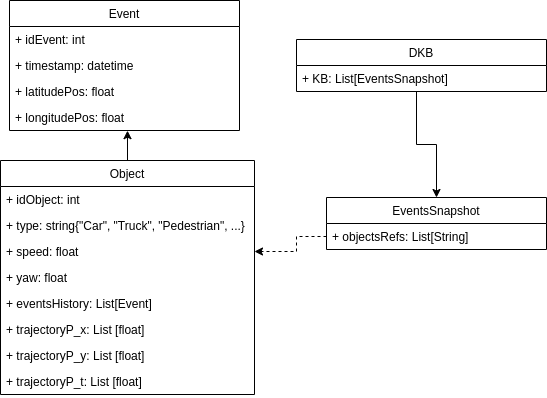
class-euproject/dataclay-class keeps this draw.io diagram as imgs/class_DC_model_MS3.png. Above is the earlier version. Source tidied: cells renumbered, new cells last; positions are measured from the earlier drawing's top-left corner, leaving out a move shared by most shapes. The source it was exported from:
```xml
<mxGraphModel>
  <root>
    <mxCell id="0" />
    <mxCell id="1" parent="0" />
    <mxCell id="2" style="edgeStyle=orthogonalEdgeStyle;rounded=0;jettySize=auto;html=1;exitX=0.48;exitY=1;exitDx=0;exitDy=0;entryX=0.5;entryY=0;entryDx=0;entryDy=0;exitPerimeter=0;" parent="1" edge="1" source="22" target="19">
      <mxGeometry relative="1" as="geometry" />
    </mxCell>
    <mxCell id="3" style="edgeStyle=orthogonalEdgeStyle;rounded=0;jettySize=auto;html=1;exitX=0;exitY=0.5;exitDx=0;exitDy=0;dashed=1;entryX=1;entryY=0.5;entryDx=0;entryDy=0;" parent="1" edge="1" source="20" target="13">
      <mxGeometry relative="1" as="geometry">
        <Array as="points">
          <mxPoint x="296" y="236" />
          <mxPoint x="296" y="251" />
        </Array>
      </mxGeometry>
    </mxCell>
    <mxCell id="4" value="Event" style="swimlane;fontStyle=0;horizontal=1;startSize=26;fillColor=none;" parent="1" vertex="1">
      <mxGeometry x="9" width="230" height="130" as="geometry" />
    </mxCell>
    <mxCell id="5" value="+ idEvent: int" style="text;strokeColor=none;fillColor=none;align=left;verticalAlign=top;spacingLeft=4;spacingRight=4;overflow=hidden;" parent="4" vertex="1">
      <mxGeometry y="26" width="230" height="26" as="geometry" />
    </mxCell>
    <mxCell id="6" value="+ timestamp: datetime" style="text;strokeColor=none;fillColor=none;align=left;verticalAlign=top;spacingLeft=4;spacingRight=4;overflow=hidden;" parent="4" vertex="1">
      <mxGeometry y="52" width="230" height="26" as="geometry" />
    </mxCell>
    <mxCell id="7" value="+ latitudePos: float" style="text;strokeColor=none;fillColor=none;align=left;verticalAlign=top;spacingLeft=4;spacingRight=4;overflow=hidden;" parent="4" vertex="1">
      <mxGeometry y="78" width="230" height="26" as="geometry" />
    </mxCell>
    <mxCell id="8" value="+ longitudePos: float" style="text;strokeColor=none;fillColor=none;align=left;verticalAlign=top;spacingLeft=4;spacingRight=4;overflow=hidden;points=[[0,0.5],[1,0.5]];portConstraint=eastwest;" parent="4" vertex="1">
      <mxGeometry y="104" width="230" height="26" as="geometry" />
    </mxCell>
    <mxCell id="9" style="endArrow=none;html=1;entryX=0.5;entryY=0;entryDx=0;entryDy=0;exitX=0.513;exitY=1.006;exitDx=0;exitDy=0;exitPerimeter=0;startArrow=classic;startFill=1;endFill=0;" parent="1" edge="1" source="8" target="10">
      <mxGeometry relative="1" as="geometry" />
    </mxCell>
    <mxCell id="10" value="Object" style="swimlane;fontStyle=0;horizontal=1;startSize=26;fillColor=none;" parent="1" vertex="1">
      <mxGeometry y="160" width="254" height="234" as="geometry" />
    </mxCell>
    <mxCell id="11" value="+ idObject: int" style="text;strokeColor=none;fillColor=none;align=left;verticalAlign=top;spacingLeft=4;spacingRight=4;overflow=hidden;" parent="10" vertex="1">
      <mxGeometry y="26" width="254" height="26" as="geometry" />
    </mxCell>
    <mxCell id="12" value="+ type: string{&quot;Car&quot;, &quot;Truck&quot;, &quot;Pedestrian&quot;, ...}" style="text;strokeColor=none;fillColor=none;align=left;verticalAlign=top;spacingLeft=4;spacingRight=4;overflow=hidden;" parent="10" vertex="1">
      <mxGeometry y="52" width="254" height="26" as="geometry" />
    </mxCell>
    <mxCell id="13" value="+ speed: float" style="text;strokeColor=none;fillColor=none;align=left;verticalAlign=top;spacingLeft=4;spacingRight=4;overflow=hidden;points=[[0,0.5],[1,0.5]];portConstraint=eastwest;" parent="10" vertex="1">
      <mxGeometry y="78" width="254" height="26" as="geometry" />
    </mxCell>
    <mxCell id="14" value="+ yaw: float" style="text;strokeColor=none;fillColor=none;align=left;verticalAlign=top;spacingLeft=4;spacingRight=4;overflow=hidden;" parent="10" vertex="1">
      <mxGeometry y="104" width="254" height="26" as="geometry" />
    </mxCell>
    <mxCell id="15" value="+ eventsHistory: List[Event]" style="text;strokeColor=none;fillColor=none;align=left;verticalAlign=top;spacingLeft=4;spacingRight=4;overflow=hidden;" parent="10" vertex="1">
      <mxGeometry y="130" width="254" height="26" as="geometry" />
    </mxCell>
    <mxCell id="16" value="+ trajectoryP_x: List [float]" style="text;strokeColor=none;fillColor=none;align=left;verticalAlign=top;spacingLeft=4;spacingRight=4;overflow=hidden;" parent="10" vertex="1">
      <mxGeometry y="156" width="254" height="26" as="geometry" />
    </mxCell>
    <mxCell id="17" value="+ trajectoryP_y: List [float]" style="text;strokeColor=none;fillColor=none;align=left;verticalAlign=top;spacingLeft=4;spacingRight=4;overflow=hidden;" parent="10" vertex="1">
      <mxGeometry y="182" width="254" height="26" as="geometry" />
    </mxCell>
    <mxCell id="18" value="+ trajectoryP_t: List [float]" style="text;strokeColor=none;fillColor=none;align=left;verticalAlign=top;spacingLeft=4;spacingRight=4;overflow=hidden;" parent="10" vertex="1">
      <mxGeometry y="208" width="254" height="26" as="geometry" />
    </mxCell>
    <mxCell id="19" value="EventsSnapshot" style="swimlane;fontStyle=0;horizontal=1;startSize=26;fillColor=none;" parent="1" vertex="1">
      <mxGeometry x="326" y="197" width="220" height="52" as="geometry" />
    </mxCell>
    <mxCell id="20" value="+ objectsRefs: List[String]" style="text;strokeColor=none;fillColor=none;align=left;verticalAlign=top;spacingLeft=4;spacingRight=4;overflow=hidden;points=[[0,0.5],[1,0.5]];portConstraint=eastwest;" parent="19" vertex="1">
      <mxGeometry y="26" width="220" height="26" as="geometry" />
    </mxCell>
    <mxCell id="21" value="DKB" style="swimlane;fontStyle=0;horizontal=1;startSize=26;fillColor=none;" parent="1" vertex="1">
      <mxGeometry x="296" y="39" width="250" height="52" as="geometry" />
    </mxCell>
    <mxCell id="22" value="+ KB: List[EventsSnapshot]" style="text;strokeColor=none;fillColor=none;align=left;verticalAlign=top;spacingLeft=4;spacingRight=4;overflow=hidden;points=[[0,0.5],[1,0.5]];portConstraint=eastwest;" parent="21" vertex="1">
      <mxGeometry y="26" width="250" height="26" as="geometry" />
    </mxCell>
  </root>
</mxGraphModel>
```
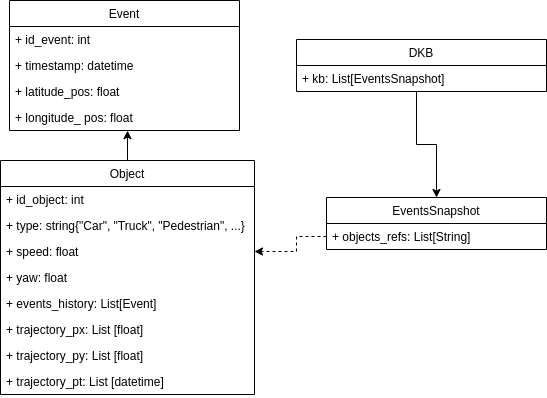
The same diagram one commit later.

Commit message:
New figure with updated model

Diff of the diagram source:
```diff
@@ -16,16 +16,16 @@
     <mxCell id="4" value="Event" style="swimlane;fontStyle=0;horizontal=1;startSize=26;fillColor=none;" parent="1" vertex="1">
       <mxGeometry x="9" width="230" height="130" as="geometry" />
     </mxCell>
-    <mxCell id="5" value="+ idEvent: int" style="text;strokeColor=none;fillColor=none;align=left;verticalAlign=top;spacingLeft=4;spacingRight=4;overflow=hidden;" parent="4" vertex="1">
+    <mxCell id="5" value="+ id_event: int" style="text;strokeColor=none;fillColor=none;align=left;verticalAlign=top;spacingLeft=4;spacingRight=4;overflow=hidden;" parent="4" vertex="1">
       <mxGeometry y="26" width="230" height="26" as="geometry" />
     </mxCell>
     <mxCell id="6" value="+ timestamp: datetime" style="text;strokeColor=none;fillColor=none;align=left;verticalAlign=top;spacingLeft=4;spacingRight=4;overflow=hidden;" parent="4" vertex="1">
       <mxGeometry y="52" width="230" height="26" as="geometry" />
     </mxCell>
-    <mxCell id="7" value="+ latitudePos: float" style="text;strokeColor=none;fillColor=none;align=left;verticalAlign=top;spacingLeft=4;spacingRight=4;overflow=hidden;" parent="4" vertex="1">
+    <mxCell id="7" value="+ latitude_pos: float" style="text;strokeColor=none;fillColor=none;align=left;verticalAlign=top;spacingLeft=4;spacingRight=4;overflow=hidden;" parent="4" vertex="1">
       <mxGeometry y="78" width="230" height="26" as="geometry" />
     </mxCell>
-    <mxCell id="8" value="+ longitudePos: float" style="text;strokeColor=none;fillColor=none;align=left;verticalAlign=top;spacingLeft=4;spacingRight=4;overflow=hidden;points=[[0,0.5],[1,0.5]];portConstraint=eastwest;" parent="4" vertex="1">
+    <mxCell id="8" value="+ longitude_ pos: float" style="text;strokeColor=none;fillColor=none;align=left;verticalAlign=top;spacingLeft=4;spacingRight=4;overflow=hidden;points=[[0,0.5],[1,0.5]];portConstraint=eastwest;" parent="4" vertex="1">
       <mxGeometry y="104" width="230" height="26" as="geometry" />
     </mxCell>
     <mxCell id="9" style="endArrow=none;html=1;entryX=0.5;entryY=0;entryDx=0;entryDy=0;exitX=0.513;exitY=1.006;exitDx=0;exitDy=0;exitPerimeter=0;startArrow=classic;startFill=1;endFill=0;" parent="1" edge="1" source="8" target="10">
@@ -34,7 +34,7 @@
     <mxCell id="10" value="Object" style="swimlane;fontStyle=0;horizontal=1;startSize=26;fillColor=none;" parent="1" vertex="1">
       <mxGeometry y="160" width="254" height="234" as="geometry" />
     </mxCell>
-    <mxCell id="11" value="+ idObject: int" style="text;strokeColor=none;fillColor=none;align=left;verticalAlign=top;spacingLeft=4;spacingRight=4;overflow=hidden;" parent="10" vertex="1">
+    <mxCell id="11" value="+ id_object: int" style="text;strokeColor=none;fillColor=none;align=left;verticalAlign=top;spacingLeft=4;spacingRight=4;overflow=hidden;" parent="10" vertex="1">
       <mxGeometry y="26" width="254" height="26" as="geometry" />
     </mxCell>
     <mxCell id="12" value="+ type: string{&quot;Car&quot;, &quot;Truck&quot;, &quot;Pedestrian&quot;, ...}" style="text;strokeColor=none;fillColor=none;align=left;verticalAlign=top;spacingLeft=4;spacingRight=4;overflow=hidden;" parent="10" vertex="1">
@@ -46,28 +46,28 @@
     <mxCell id="14" value="+ yaw: float" style="text;strokeColor=none;fillColor=none;align=left;verticalAlign=top;spacingLeft=4;spacingRight=4;overflow=hidden;" parent="10" vertex="1">
       <mxGeometry y="104" width="254" height="26" as="geometry" />
     </mxCell>
-    <mxCell id="15" value="+ eventsHistory: List[Event]" style="text;strokeColor=none;fillColor=none;align=left;verticalAlign=top;spacingLeft=4;spacingRight=4;overflow=hidden;" parent="10" vertex="1">
+    <mxCell id="15" value="+ events_history: List[Event]" style="text;strokeColor=none;fillColor=none;align=left;verticalAlign=top;spacingLeft=4;spacingRight=4;overflow=hidden;" parent="10" vertex="1">
       <mxGeometry y="130" width="254" height="26" as="geometry" />
     </mxCell>
-    <mxCell id="16" value="+ trajectoryP_x: List [float]" style="text;strokeColor=none;fillColor=none;align=left;verticalAlign=top;spacingLeft=4;spacingRight=4;overflow=hidden;" parent="10" vertex="1">
+    <mxCell id="16" value="+ trajectory_px: List [float]" style="text;strokeColor=none;fillColor=none;align=left;verticalAlign=top;spacingLeft=4;spacingRight=4;overflow=hidden;" parent="10" vertex="1">
       <mxGeometry y="156" width="254" height="26" as="geometry" />
     </mxCell>
-    <mxCell id="17" value="+ trajectoryP_y: List [float]" style="text;strokeColor=none;fillColor=none;align=left;verticalAlign=top;spacingLeft=4;spacingRight=4;overflow=hidden;" parent="10" vertex="1">
+    <mxCell id="17" value="+ trajectory_py: List [float]" style="text;strokeColor=none;fillColor=none;align=left;verticalAlign=top;spacingLeft=4;spacingRight=4;overflow=hidden;" parent="10" vertex="1">
       <mxGeometry y="182" width="254" height="26" as="geometry" />
     </mxCell>
-    <mxCell id="18" value="+ trajectoryP_t: List [float]" style="text;strokeColor=none;fillColor=none;align=left;verticalAlign=top;spacingLeft=4;spacingRight=4;overflow=hidden;" parent="10" vertex="1">
+    <mxCell id="18" value="+ trajectory_pt: List [datetime]" style="text;strokeColor=none;fillColor=none;align=left;verticalAlign=top;spacingLeft=4;spacingRight=4;overflow=hidden;" parent="10" vertex="1">
       <mxGeometry y="208" width="254" height="26" as="geometry" />
     </mxCell>
     <mxCell id="19" value="EventsSnapshot" style="swimlane;fontStyle=0;horizontal=1;startSize=26;fillColor=none;" parent="1" vertex="1">
       <mxGeometry x="326" y="197" width="220" height="52" as="geometry" />
     </mxCell>
-    <mxCell id="20" value="+ objectsRefs: List[String]" style="text;strokeColor=none;fillColor=none;align=left;verticalAlign=top;spacingLeft=4;spacingRight=4;overflow=hidden;points=[[0,0.5],[1,0.5]];portConstraint=eastwest;" parent="19" vertex="1">
+    <mxCell id="20" value="+ objects_refs: List[String]" style="text;strokeColor=none;fillColor=none;align=left;verticalAlign=top;spacingLeft=4;spacingRight=4;overflow=hidden;points=[[0,0.5],[1,0.5]];portConstraint=eastwest;" parent="19" vertex="1">
       <mxGeometry y="26" width="220" height="26" as="geometry" />
     </mxCell>
     <mxCell id="21" value="DKB" style="swimlane;fontStyle=0;horizontal=1;startSize=26;fillColor=none;" parent="1" vertex="1">
       <mxGeometry x="296" y="39" width="250" height="52" as="geometry" />
     </mxCell>
-    <mxCell id="22" value="+ KB: List[EventsSnapshot]" style="text;strokeColor=none;fillColor=none;align=left;verticalAlign=top;spacingLeft=4;spacingRight=4;overflow=hidden;points=[[0,0.5],[1,0.5]];portConstraint=eastwest;" parent="21" vertex="1">
+    <mxCell id="22" value="+ kb: List[EventsSnapshot]" style="text;strokeColor=none;fillColor=none;align=left;verticalAlign=top;spacingLeft=4;spacingRight=4;overflow=hidden;points=[[0,0.5],[1,0.5]];portConstraint=eastwest;" parent="21" vertex="1">
       <mxGeometry y="26" width="250" height="26" as="geometry" />
     </mxCell>
   </root>
```
